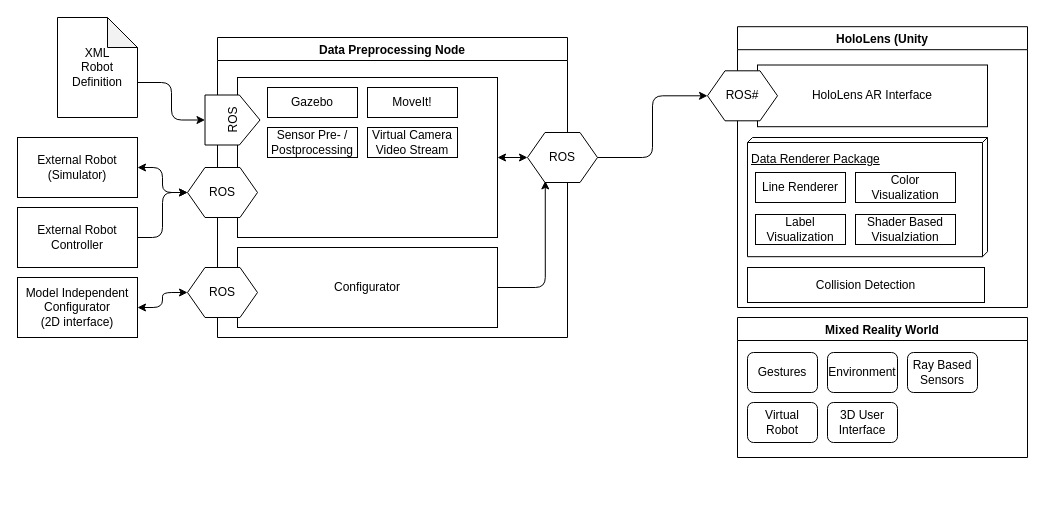
Before: project_overview.drawio in EricVoll/ARbotics, a draw.io diagram. Source tidied: cells renumbered, new cells numbered last; positions are measured from the earlier drawing's top-left corner, leaving out a move shared by most shapes. Both pictures are drawn from the tidied source at 100%, with x=0, y=0 at pixel (17, 17).
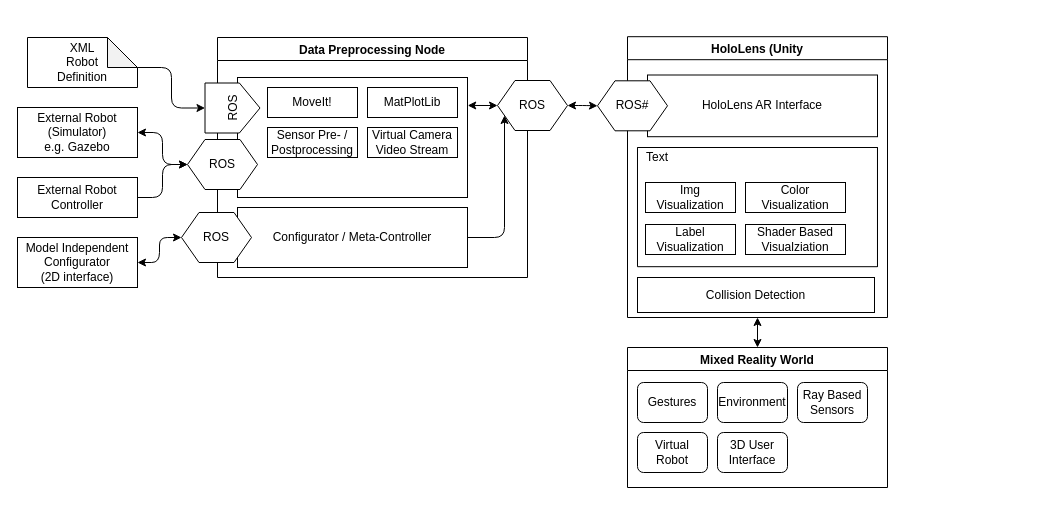
After the change.

The change refers to these unchanged cells:
```xml
<mxCell id="13" value="ROS#" style="shape=hexagon;perimeter=hexagonPerimeter2;whiteSpace=wrap;html=1;" parent="11" vertex="1">
  <mxGeometry x="-30" y="44.1" width="70" height="50" as="geometry" />
</mxCell>
```

Change to the diagram source:
```diff
@@
     <mxCell id="2" value="Data Preprocessing Node" style="swimlane;" parent="1" vertex="1">
-      <mxGeometry x="200" y="20" width="350" height="300" as="geometry" />
+      <mxGeometry x="200" y="20" width="310" height="240" as="geometry" />
     </mxCell>
     <mxCell id="3" style="rounded=0;whiteSpace=wrap;html=1;" parent="2" vertex="1">
-      <mxGeometry x="20" y="40" width="260" height="160" as="geometry" />
+      <mxGeometry x="20" y="40" width="230" height="120" as="geometry" />
     </mxCell>
     <mxCell id="4" value="ROS" style="shape=offPageConnector;whiteSpace=wrap;html=1;rotation=-90;" parent="2" vertex="1">
-      <mxGeometry x="-10" y="55" width="50" height="55" as="geometry" />
+      <mxGeometry x="-10" y="43" width="50" height="55" as="geometry" />
     </mxCell>
     <mxCell id="5" value="ROS" style="shape=hexagon;perimeter=hexagonPerimeter2;whiteSpace=wrap;html=1;" parent="2" vertex="1">
-      <mxGeometry x="-30" y="130" width="70" height="50" as="geometry" />
+      <mxGeometry x="-30" y="102" width="70" height="50" as="geometry" />
     </mxCell>
@@
-    <mxCell id="7" value="Gazebo" style="rounded=0;whiteSpace=wrap;html=1;" parent="2" vertex="1">
-      <mxGeometry x="50" y="50" width="90" height="30" as="geometry" />
-    </mxCell>
     <mxCell id="8" value="MoveIt!" style="rounded=0;whiteSpace=wrap;html=1;" parent="2" vertex="1">
-      <mxGeometry x="150" y="50" width="90" height="30" as="geometry" />
+      <mxGeometry x="50" y="50" width="90" height="30" as="geometry" />
     </mxCell>
@@
-    <mxCell id="10" value="Configurator" style="rounded=0;whiteSpace=wrap;html=1;" parent="2" vertex="1">
-      <mxGeometry x="20" y="210" width="260" height="80" as="geometry" />
+    <mxCell id="10" value="Configurator / Meta-Controller" style="rounded=0;whiteSpace=wrap;html=1;" parent="2" vertex="1">
+      <mxGeometry x="20" y="170" width="230" height="60" as="geometry" />
     </mxCell>
+    <mxCell id="39" value="MatPlotLib" style="rounded=0;whiteSpace=wrap;html=1;" parent="2" vertex="1">
+      <mxGeometry x="150" y="50" width="90" height="30" as="geometry" />
+    </mxCell>
+    <mxCell id="40" style="edgeStyle=orthogonalEdgeStyle;rounded=0;orthogonalLoop=1;jettySize=auto;html=1;exitX=0.5;exitY=1;exitDx=0;exitDy=0;" parent="2" edge="1" source="5" target="5">
+      <mxGeometry relative="1" as="geometry" />
+    </mxCell>
+    <mxCell id="34" value="ROS" style="shape=hexagon;perimeter=hexagonPerimeter2;whiteSpace=wrap;html=1;" parent="2" vertex="1">
+      <mxGeometry x="-36" y="175" width="70" height="50" as="geometry" />
+    </mxCell>
     <mxCell id="11" value="HoloLens (Unity" style="swimlane;" parent="1" vertex="1">
-      <mxGeometry x="720" y="9.2" width="290" height="280.8" as="geometry" />
+      <mxGeometry x="610" y="19.2" width="260" height="280.8" as="geometry" />
     </mxCell>
@@
-    <mxCell id="14" value="Data Renderer Package" style="verticalAlign=top;align=left;spacingTop=8;spacingLeft=2;spacingRight=12;shape=cube;size=5;direction=south;fontStyle=4;html=1;" parent="11" vertex="1">
+    <mxCell id="14" style="verticalAlign=top;align=left;spacingTop=8;spacingLeft=2;spacingRight=12;shape=cube;size=0;direction=south;fontStyle=4;html=1;" parent="11" vertex="1">
       <mxGeometry x="10" y="110.8" width="240" height="119.2" as="geometry" />
     </mxCell>
@@
-    <mxCell id="16" value="Line Renderer" style="rounded=0;whiteSpace=wrap;html=1;" parent="11" vertex="1">
+    <mxCell id="16" value="Img Visualization" style="rounded=0;whiteSpace=wrap;html=1;" parent="11" vertex="1">
       <mxGeometry x="18" y="145.8" width="90" height="30" as="geometry" />
     </mxCell>
@@
+    <mxCell id="41" value="Text" style="text;html=1;strokeColor=none;fillColor=none;align=center;verticalAlign=middle;whiteSpace=wrap;rounded=0;" parent="11" vertex="1">
+      <mxGeometry x="10" y="110.8" width="40" height="20" as="geometry" />
+    </mxCell>
     <mxCell id="20" value="&lt;div&gt;XML&lt;/div&gt;&lt;div&gt;Robot&lt;/div&gt;&lt;div&gt;Definition&lt;/div&gt;" style="shape=note;whiteSpace=wrap;html=1;backgroundOutline=1;darkOpacity=0.05;" parent="1" vertex="1">
-      <mxGeometry x="40" width="80" height="100" as="geometry" />
+      <mxGeometry x="10" y="20" width="110" height="50" as="geometry" />
     </mxCell>
     <mxCell id="21" value="External Robot Controller" style="rounded=0;whiteSpace=wrap;html=1;" parent="1" vertex="1">
-      <mxGeometry y="190" width="120" height="60" as="geometry" />
+      <mxGeometry y="160" width="120" height="40" as="geometry" />
     </mxCell>
     <mxCell id="22" value="&lt;div&gt;Model Independent&lt;/div&gt;&lt;div&gt;Configurator&lt;/div&gt;&lt;div&gt;(2D interface)&lt;br&gt;&lt;/div&gt;" style="rounded=0;whiteSpace=wrap;html=1;" parent="1" vertex="1">
-      <mxGeometry y="260" width="120" height="60" as="geometry" />
+      <mxGeometry y="220" width="120" height="50" as="geometry" />
     </mxCell>
-    <mxCell id="23" style="edgeStyle=elbowEdgeStyle;elbow=horizontal;endArrow=classic;html=1;exitX=0;exitY=0;exitDx=80;exitDy=65;exitPerimeter=0;entryX=0.5;entryY=0;entryDx=0;entryDy=0;" parent="1" edge="1" source="20" target="4">
+    <mxCell id="23" style="edgeStyle=elbowEdgeStyle;elbow=horizontal;endArrow=classic;html=1;exitX=0;exitY=0;exitDx=110;exitDy=30;exitPerimeter=0;entryX=0.5;entryY=0;entryDx=0;entryDy=0;" parent="1" edge="1" source="20" target="4">
       <mxGeometry relative="1" as="geometry" />
     </mxCell>
-    <mxCell id="24" value="External Robot (Simulator)" style="rounded=0;whiteSpace=wrap;html=1;" parent="1" vertex="1">
-      <mxGeometry y="120" width="120" height="60" as="geometry" />
+    <mxCell id="24" value="External Robot (Simulator)&lt;br&gt;e.g. Gazebo" style="rounded=0;whiteSpace=wrap;html=1;" parent="1" vertex="1">
+      <mxGeometry y="90" width="120" height="50" as="geometry" />
     </mxCell>
@@
+    <mxCell id="42" style="edgeStyle=orthogonalEdgeStyle;rounded=0;jettySize=auto;html=1;entryX=0.5;entryY=1;entryDx=0;entryDy=0;startArrow=classic;startFill=1;" parent="1" edge="1" source="28" target="11">
+      <mxGeometry relative="1" as="geometry" />
+    </mxCell>
     <mxCell id="28" value="Mixed Reality World" style="swimlane;" parent="1" vertex="1">
-      <mxGeometry x="720" y="300" width="290" height="140" as="geometry" />
+      <mxGeometry x="610" y="330" width="260" height="140" as="geometry" />
     </mxCell>
@@
-    <mxCell id="34" value="ROS" style="shape=hexagon;perimeter=hexagonPerimeter2;whiteSpace=wrap;html=1;" parent="1" vertex="1">
-      <mxGeometry x="170" y="250" width="70" height="50" as="geometry" />
-    </mxCell>
+    <mxCell id="38" style="edgeStyle=elbowEdgeStyle;elbow=horizontal;endArrow=classic;html=1;exitX=1;exitY=0.5;exitDx=0;exitDy=0;entryX=0;entryY=0.5;entryDx=0;entryDy=0;startArrow=classic;startFill=1;" parent="1" edge="1" source="35" target="13">
+      <mxGeometry relative="1" as="geometry" />
+    </mxCell>
+    <mxCell id="43" style="edgeStyle=orthogonalEdgeStyle;rounded=0;jettySize=auto;html=1;entryX=1.001;entryY=0.233;entryDx=0;entryDy=0;entryPerimeter=0;startArrow=classic;startFill=1;" parent="1" edge="1" source="35" target="3">
+      <mxGeometry relative="1" as="geometry" />
+    </mxCell>
     <mxCell id="35" value="ROS" style="shape=hexagon;perimeter=hexagonPerimeter2;whiteSpace=wrap;html=1;" parent="1" vertex="1">
-      <mxGeometry x="510" y="115" width="70" height="50" as="geometry" />
+      <mxGeometry x="480" y="63" width="70" height="50" as="geometry" />
     </mxCell>
-    <mxCell id="36" style="edgeStyle=segmentEdgeStyle;endArrow=classic;html=1;exitX=1;exitY=0.5;exitDx=0;exitDy=0;entryX=0.254;entryY=0.968;entryDx=0;entryDy=0;entryPerimeter=0;" parent="1" edge="1" source="10" target="35">
+    <mxCell id="36" style="edgeStyle=segmentEdgeStyle;endArrow=classic;html=1;exitX=1;exitY=0.5;exitDx=0;exitDy=0;entryX=0;entryY=0.75;entryDx=0;entryDy=0;" parent="1" edge="1" source="10" target="35">
       <mxGeometry relative="1" as="geometry" />
     </mxCell>
-    <mxCell id="37" style="edgeStyle=orthogonalEdgeStyle;rounded=0;jettySize=auto;html=1;exitX=1;exitY=0.5;exitDx=0;exitDy=0;entryX=0;entryY=0.5;entryDx=0;entryDy=0;startArrow=classic;startFill=1;" parent="1" edge="1" source="3" target="35">
-      <mxGeometry relative="1" as="geometry" />
-    </mxCell>
-    <mxCell id="38" style="edgeStyle=elbowEdgeStyle;elbow=horizontal;endArrow=classic;html=1;exitX=1;exitY=0.5;exitDx=0;exitDy=0;entryX=0;entryY=0.5;entryDx=0;entryDy=0;" parent="1" edge="1" source="35" target="13">
-      <mxGeometry relative="1" as="geometry" />
-    </mxCell>
```
